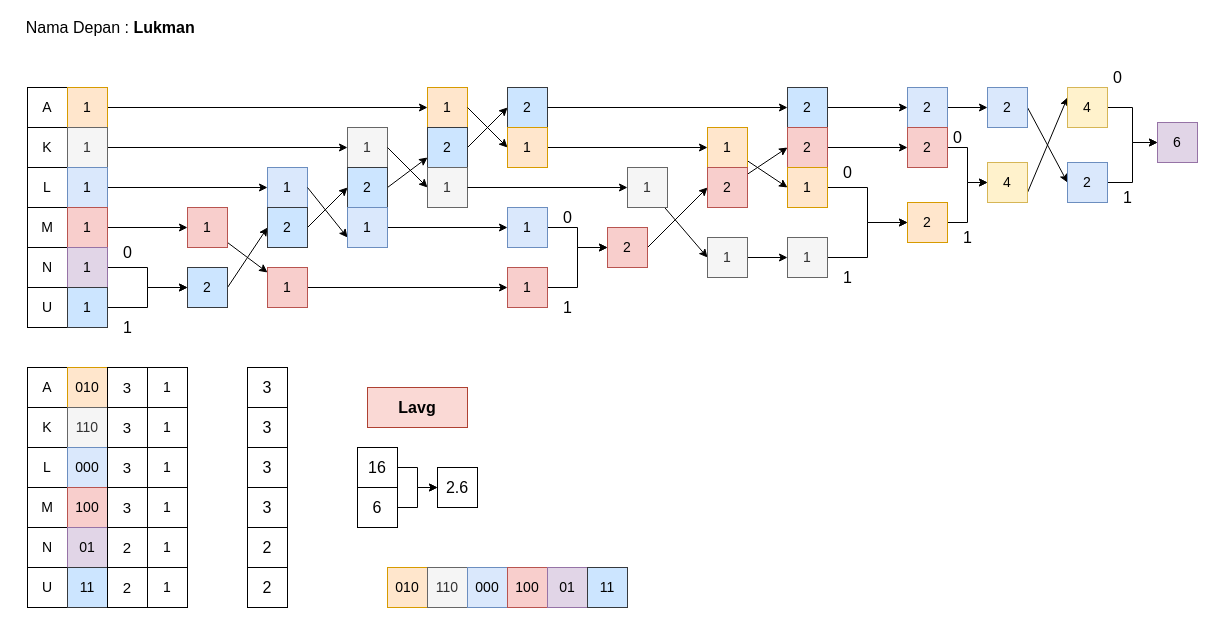
This is page "Lukman" (1 of 3) of Untitled Diagram.drawio from lukmanprasetyo/Flowchart-Information-Theory, a draw.io file, before an edit. Source tidied: cells renumbered, new cells numbered last; positions are measured from the earlier drawing's top-left corner, leaving out a move shared by most shapes. Both pictures are drawn from the tidied source at 100%, with x=0, y=0 at pixel (17, 17).
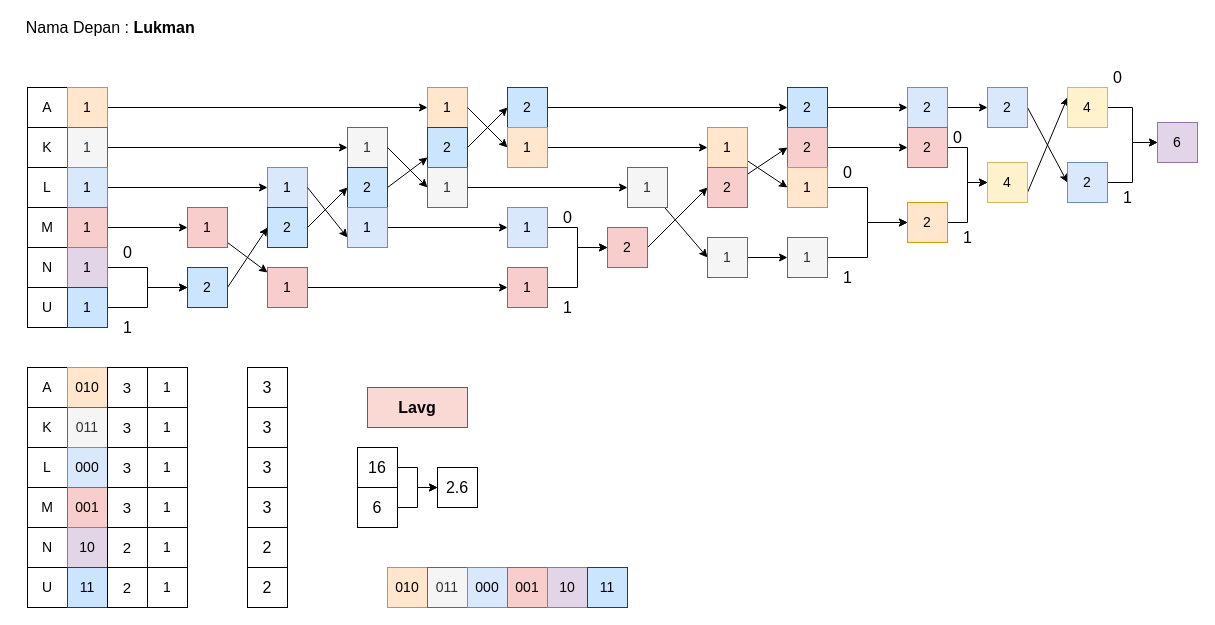
Above is the later version.

What changed in the source:
```diff
@@
-    <mxCell id="92" value="110" style="rounded=0;whiteSpace=wrap;html=1;fontSize=14;fillColor=#f5f5f5;strokeColor=#666666;fontColor=#333333;" parent="1" vertex="1">
+    <mxCell id="92" value="011" style="rounded=0;whiteSpace=wrap;html=1;fontSize=14;fillColor=#f5f5f5;strokeColor=#666666;fontColor=#333333;" parent="1" vertex="1">
       <mxGeometry x="50" y="390" width="40" height="40" as="geometry" />
     </mxCell>
@@
-    <mxCell id="94" value="100" style="rounded=0;whiteSpace=wrap;html=1;fontSize=14;fillColor=#f8cecc;strokeColor=#b85450;" parent="1" vertex="1">
+    <mxCell id="94" value="001" style="rounded=0;whiteSpace=wrap;html=1;fontSize=14;fillColor=#f8cecc;strokeColor=#b85450;" parent="1" vertex="1">
       <mxGeometry x="50" y="470" width="40" height="40" as="geometry" />
     </mxCell>
-    <mxCell id="95" value="01" style="rounded=0;whiteSpace=wrap;html=1;fontSize=14;fillColor=#e1d5e7;strokeColor=#9673a6;" parent="1" vertex="1">
+    <mxCell id="95" value="10" style="rounded=0;whiteSpace=wrap;html=1;fontSize=14;fillColor=#e1d5e7;strokeColor=#9673a6;" parent="1" vertex="1">
       <mxGeometry x="50" y="510" width="40" height="40" as="geometry" />
     </mxCell>
@@
-    <mxCell id="132" value="110" style="rounded=0;whiteSpace=wrap;html=1;fontSize=14;fillColor=#f5f5f5;strokeColor=#666666;fontColor=#333333;" parent="1" vertex="1">
+    <mxCell id="132" value="011" style="rounded=0;whiteSpace=wrap;html=1;fontSize=14;fillColor=#f5f5f5;strokeColor=#666666;fontColor=#333333;" parent="1" vertex="1">
       <mxGeometry x="410" y="550" width="40" height="40" as="geometry" />
     </mxCell>
@@
-    <mxCell id="134" value="100" style="rounded=0;whiteSpace=wrap;html=1;fontSize=14;fillColor=#f8cecc;strokeColor=#b85450;" parent="1" vertex="1">
+    <mxCell id="134" value="001" style="rounded=0;whiteSpace=wrap;html=1;fontSize=14;fillColor=#f8cecc;strokeColor=#b85450;" parent="1" vertex="1">
       <mxGeometry x="490" y="550" width="40" height="40" as="geometry" />
     </mxCell>
-    <mxCell id="135" value="01" style="rounded=0;whiteSpace=wrap;html=1;fontSize=14;fillColor=#e1d5e7;strokeColor=#9673a6;" parent="1" vertex="1">
+    <mxCell id="135" value="10" style="rounded=0;whiteSpace=wrap;html=1;fontSize=14;fillColor=#e1d5e7;strokeColor=#9673a6;" parent="1" vertex="1">
       <mxGeometry x="530" y="550" width="40" height="40" as="geometry" />
     </mxCell>
```
